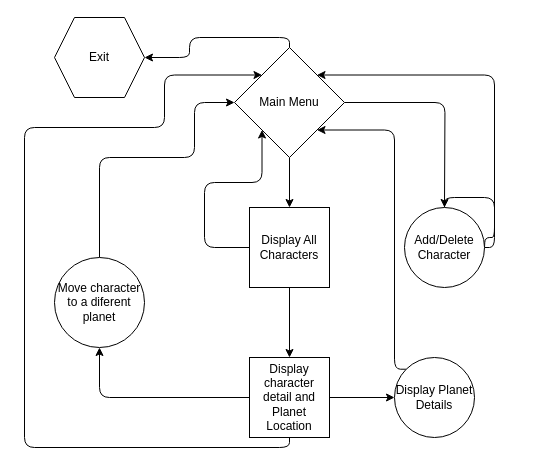
Earlier version of the draw.io diagram StarWars-nav-flow.drawio (mbeale210/python-p3-v2-final-project-template). Source tidied: cells renumbered, new cells numbered last; positions are measured from the earlier drawing's top-left corner, leaving out a move shared by most shapes. Both pictures are drawn from the tidied source at 100%, with x=0, y=0 at pixel (24, 17).
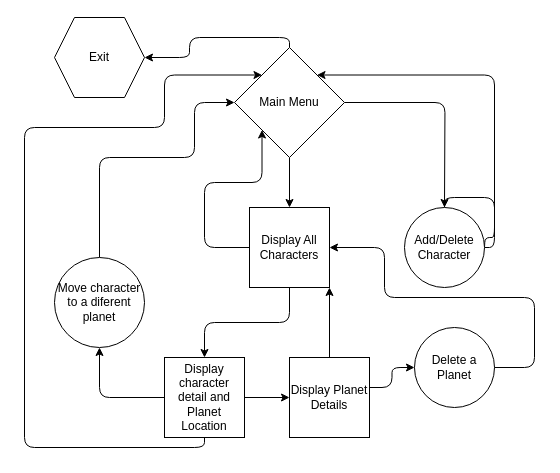
After the change.

Unchanged cells that the change refers to:
```xml
<mxCell id="5" value="Main Menu&lt;br&gt;" style="rhombus;whiteSpace=wrap;html=1;" parent="1" vertex="1">
  <mxGeometry x="210" y="30" width="110" height="110" as="geometry" />
</mxCell>
<mxCell id="8" value="Display All Characters" style="whiteSpace=wrap;html=1;" parent="1" vertex="1">
  <mxGeometry x="225" y="190" width="80" height="80" as="geometry" />
</mxCell>
```

What changed in the source:
```diff
@@
     <mxCell id="13" style="edgeStyle=orthogonalEdgeStyle;html=1;exitX=0.5;exitY=1;exitDx=0;exitDy=0;entryX=0;entryY=0;entryDx=0;entryDy=0;" parent="1" edge="1" source="14" target="5">
       <mxGeometry relative="1" as="geometry">
         <Array as="points">
-          <mxPoint x="265" y="430" />
+          <mxPoint x="180" y="430" />
           <mxPoint y="430" />
           <mxPoint y="110" />
           <mxPoint x="140" y="110" />
           <mxPoint x="140" y="58" />
         </Array>
       </mxGeometry>
     </mxCell>
     <mxCell id="14" value="Display character detail and Planet Location" style="whiteSpace=wrap;html=1;" parent="1" vertex="1">
-      <mxGeometry x="225" y="340" width="80" height="80" as="geometry" />
+      <mxGeometry x="140" y="340" width="80" height="80" as="geometry" />
     </mxCell>
-    <mxCell id="15" style="edgeStyle=orthogonalEdgeStyle;html=1;exitX=0;exitY=0;exitDx=0;exitDy=0;entryX=1;entryY=1;entryDx=0;entryDy=0;" parent="1" edge="1" source="16" target="5">
-      <mxGeometry relative="1" as="geometry">
-        <Array as="points">
-          <mxPoint x="370" y="352" />
-          <mxPoint x="370" y="113" />
-        </Array>
-      </mxGeometry>
-    </mxCell>
+    <mxCell id="21" style="edgeStyle=orthogonalEdgeStyle;html=1;exitX=0.5;exitY=0;exitDx=0;exitDy=0;entryX=1;entryY=1;entryDx=0;entryDy=0;" parent="1" edge="1" source="16" target="8">
+      <mxGeometry relative="1" as="geometry" />
+    </mxCell>
+    <mxCell id="22" style="edgeStyle=orthogonalEdgeStyle;html=1;exitX=1;exitY=0.375;exitDx=0;exitDy=0;exitPerimeter=0;" parent="1" edge="1" source="16" target="24">
+      <mxGeometry relative="1" as="geometry" />
+    </mxCell>
-    <mxCell id="16" value="Display Planet Details" style="ellipse;whiteSpace=wrap;html=1;" parent="1" vertex="1">
-      <mxGeometry x="370" y="340" width="80" height="80" as="geometry" />
+    <mxCell id="16" value="Display Planet Details" style="whiteSpace=wrap;html=1;" parent="1" vertex="1">
+      <mxGeometry x="265" y="340" width="80" height="80" as="geometry" />
     </mxCell>
@@
+    <mxCell id="23" style="edgeStyle=orthogonalEdgeStyle;html=1;exitX=0;exitY=0.5;exitDx=0;exitDy=0;entryX=1;entryY=0.5;entryDx=0;entryDy=0;" parent="1" edge="1" source="24" target="8">
+      <mxGeometry relative="1" as="geometry">
+        <Array as="points">
+          <mxPoint x="510" y="280" />
+          <mxPoint x="360" y="280" />
+          <mxPoint x="360" y="230" />
+        </Array>
+      </mxGeometry>
+    </mxCell>
+    <mxCell id="24" value="Delete a Planet" style="ellipse;whiteSpace=wrap;html=1;" parent="1" vertex="1">
+      <mxGeometry x="390" y="310" width="80" height="80" as="geometry" />
+    </mxCell>
```
